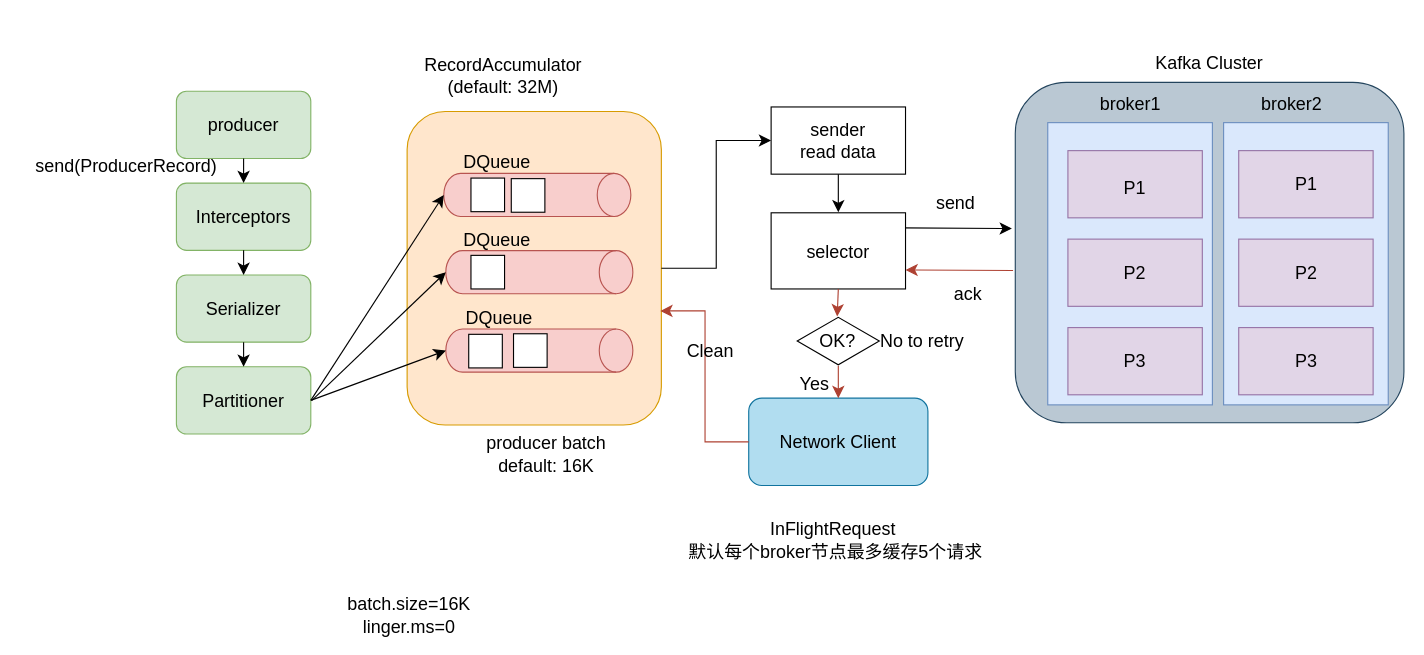
This is kfaka.drawio from zhoujingking/flow-charts, a draw.io file, before an edit. Source tidied: cells renumbered, new cells numbered last; positions are measured from the earlier drawing's top-left corner, leaving out a move shared by most shapes. Both pictures are drawn from the tidied source at 112%, with x=0, y=0 at pixel (19, 46).
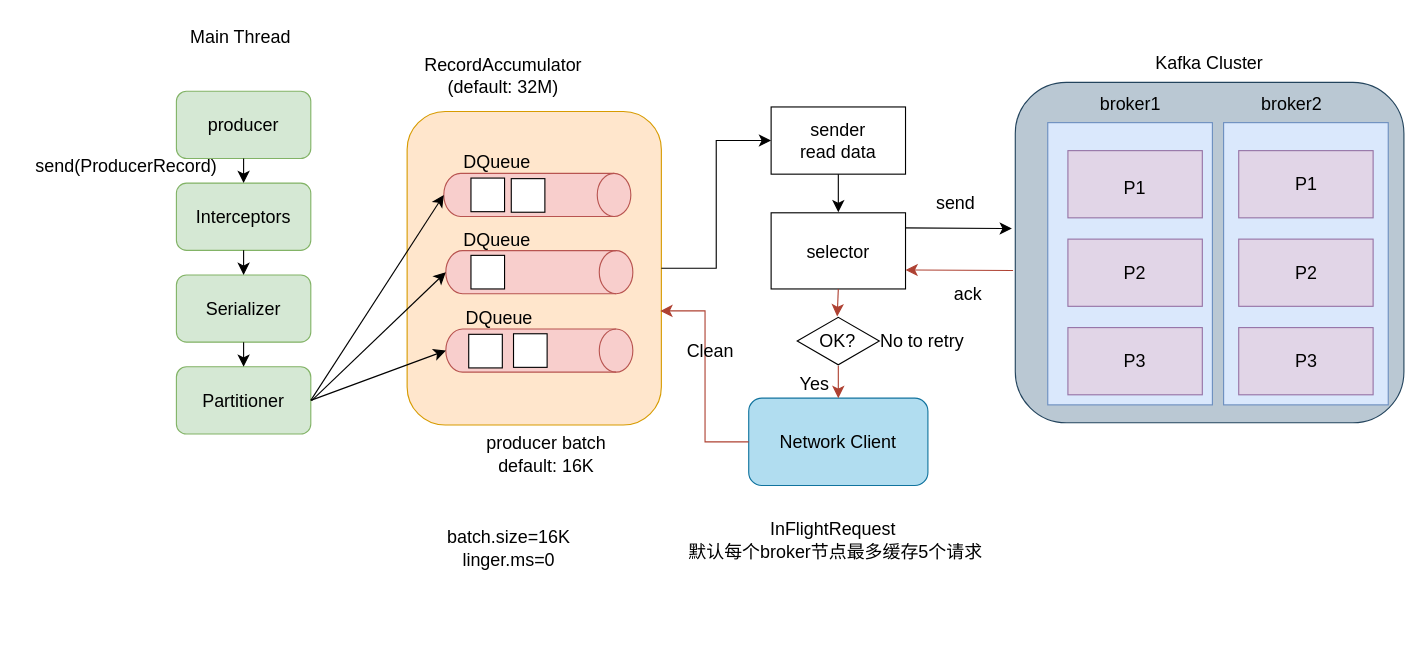
After the change.

Diff of the diagram source:
```diff
@@
     <mxCell id="38" value="batch.size=16K&lt;br&gt;linger.ms=0" style="text;strokeColor=none;align=center;fillColor=none;html=1;verticalAlign=middle;whiteSpace=wrap;rounded=0;fontSize=16;" parent="1" vertex="1">
-      <mxGeometry x="318" y="493" width="60" height="30" as="geometry" />
+      <mxGeometry x="406.8" y="433" width="60" height="30" as="geometry" />
     </mxCell>
@@
+    <mxCell id="59" value="Main Thread" style="text;strokeColor=none;align=center;fillColor=none;html=1;verticalAlign=middle;whiteSpace=wrap;rounded=0;fontSize=16;" parent="1" vertex="1">
+      <mxGeometry x="145" y="-24" width="105" height="30" as="geometry" />
+    </mxCell>
```
